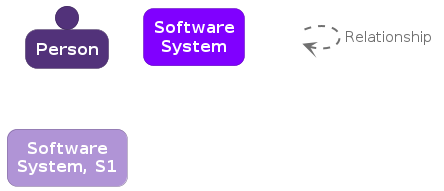
This is architecture/diagrams/structurizr-Dynamic-001-key.png from neojelll/url-shortener, a PlantUML export, as it was before one commit.
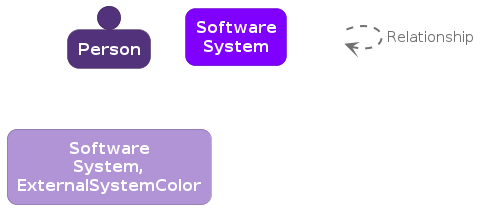
Above is the later version.

Commit message:
chores(C4 diagrams): Update Structurizr diagrams

Diff of the diagram source:
```diff
@@ -37,7 +37,7 @@
   BorderColor #7b6795
   roundCorner 20
 }
-rectangle "==Software System, S1" <<3>>
+rectangle "==Software System, ExternalSystemColor" <<3>>
 
 rectangle "." <<_transparent>> as 4
 4 .[#707070,thickness=2].> 4 : "<color:#707070>Relationship"
```
